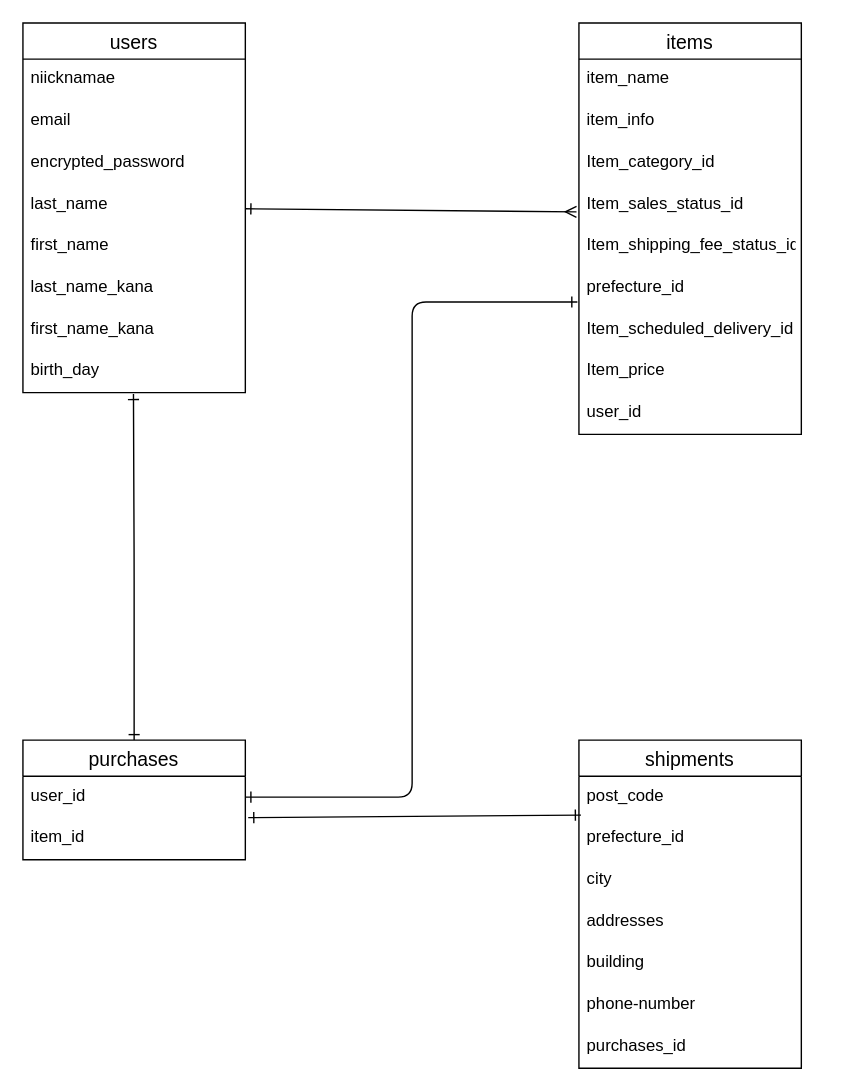
This is poject_er_diagram.dio from maru1019/furima-26234, a draw.io file, before an edit. Source tidied: cells renumbered, new cells numbered last; positions are measured from the earlier drawing's top-left corner, leaving out a move shared by most shapes. Both pictures are drawn from the tidied source at 139%, with x=0, y=0 at pixel (22, 22).
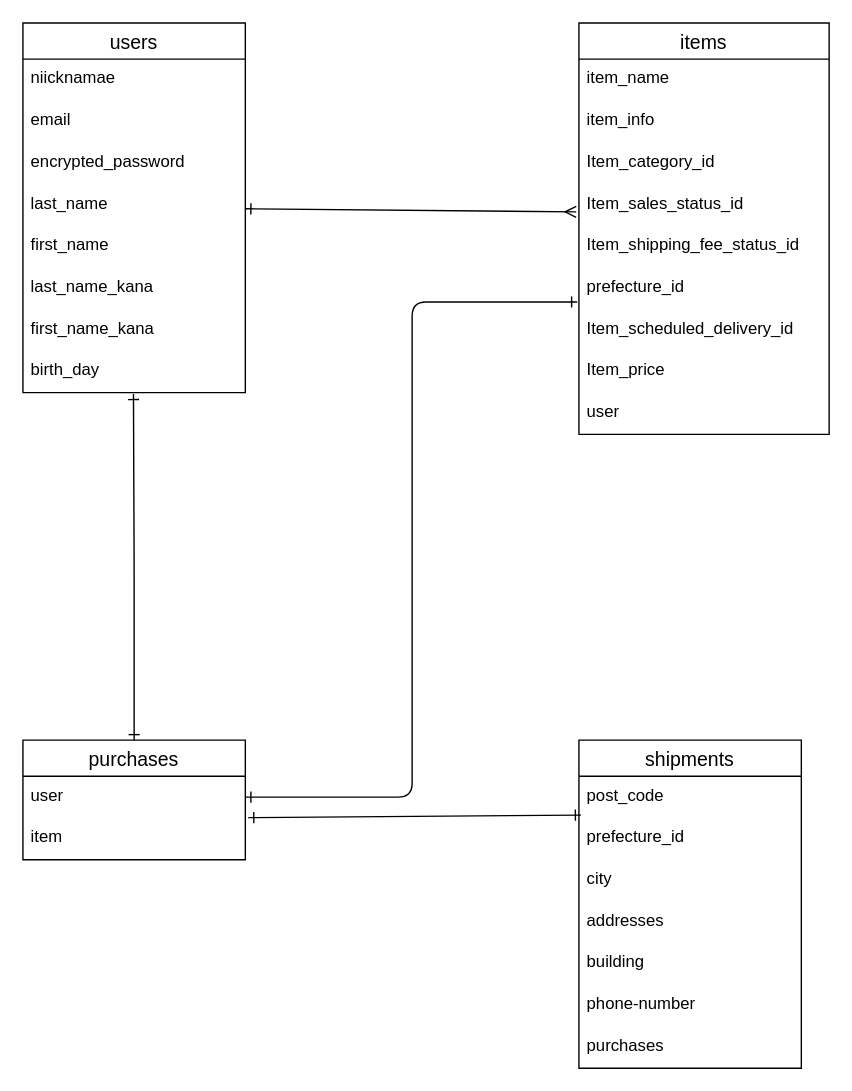
The same diagram, later.

Commit message:
ER図、README設計編集⑤

The change refers to these unchanged cells:
```xml
<mxCell id="12" value="shipments" style="swimlane;fontStyle=0;horizontal=1;startSize=26;align=center;fontSize=14;rounded=0;" parent="1" vertex="1">
  <mxGeometry x="400" y="516" width="160" height="236" as="geometry" />
</mxCell>
<mxCell id="31" value="purchases" style="swimlane;fontStyle=0;horizontal=1;startSize=26;align=center;fontSize=14;rounded=0;" parent="1" vertex="1">
  <mxGeometry y="516" width="160" height="86" as="geometry" />
</mxCell>
```

The edit, as a diff of the source:
```diff
@@
-    <mxCell id="19" value="purchases_id" style="text;strokeColor=none;fillColor=none;spacingLeft=4;spacingRight=4;overflow=hidden;fontSize=12;rounded=0;" parent="12" vertex="1">
+    <mxCell id="19" value="purchases" style="text;strokeColor=none;fillColor=none;spacingLeft=4;spacingRight=4;overflow=hidden;fontSize=12;rounded=0;" parent="12" vertex="1">
       <mxGeometry y="206" width="160" height="30" as="geometry" />
     </mxCell>
     <mxCell id="20" value="items" style="swimlane;fontStyle=0;horizontal=1;startSize=26;align=center;fontSize=14;rounded=0;" parent="1" vertex="1">
-      <mxGeometry x="400" width="160" height="296" as="geometry" />
+      <mxGeometry x="400" width="180" height="296" as="geometry" />
     </mxCell>
     <mxCell id="21" value="item_name" style="text;strokeColor=none;fillColor=none;spacingLeft=4;spacingRight=4;overflow=hidden;fontSize=12;rounded=0;" parent="20" vertex="1">
-      <mxGeometry y="26" width="160" height="30" as="geometry" />
+      <mxGeometry y="26" width="180" height="30" as="geometry" />
     </mxCell>
     <mxCell id="22" value="item_info" style="text;strokeColor=none;fillColor=none;spacingLeft=4;spacingRight=4;overflow=hidden;fontSize=12;rounded=0;" parent="20" vertex="1">
-      <mxGeometry y="56" width="160" height="30" as="geometry" />
+      <mxGeometry y="56" width="180" height="30" as="geometry" />
     </mxCell>
     <mxCell id="23" value="Item_category_id" style="text;strokeColor=none;fillColor=none;spacingLeft=4;spacingRight=4;overflow=hidden;fontSize=12;rounded=0;" parent="20" vertex="1">
-      <mxGeometry y="86" width="160" height="30" as="geometry" />
+      <mxGeometry y="86" width="180" height="30" as="geometry" />
     </mxCell>
     <mxCell id="24" value="Item_sales_status_id" style="text;strokeColor=none;fillColor=none;spacingLeft=4;spacingRight=4;overflow=hidden;points=[[0,0.5],[1,0.5]];portConstraint=eastwest;fontSize=12;rounded=0;" parent="20" vertex="1">
-      <mxGeometry y="116" width="160" height="30" as="geometry" />
+      <mxGeometry y="116" width="180" height="30" as="geometry" />
     </mxCell>
     <mxCell id="25" value="Item_shipping_fee_status_id" style="text;strokeColor=none;fillColor=none;spacingLeft=4;spacingRight=4;overflow=hidden;fontSize=12;rounded=0;" parent="20" vertex="1">
-      <mxGeometry y="146" width="160" height="30" as="geometry" />
+      <mxGeometry y="146" width="180" height="30" as="geometry" />
     </mxCell>
     <mxCell id="26" value="prefecture_id" style="text;strokeColor=none;fillColor=none;spacingLeft=4;spacingRight=4;overflow=hidden;points=[[0,0.5],[1,0.5]];portConstraint=eastwest;fontSize=12;rounded=0;" parent="20" vertex="1">
-      <mxGeometry y="176" width="160" height="30" as="geometry" />
+      <mxGeometry y="176" width="180" height="30" as="geometry" />
     </mxCell>
     <mxCell id="27" value="Item_scheduled_delivery_id" style="text;strokeColor=none;fillColor=none;spacingLeft=4;spacingRight=4;overflow=hidden;fontSize=12;rounded=0;" parent="20" vertex="1">
-      <mxGeometry y="206" width="160" height="30" as="geometry" />
+      <mxGeometry y="206" width="180" height="30" as="geometry" />
     </mxCell>
     <mxCell id="28" value="Item_price" style="text;strokeColor=none;fillColor=none;spacingLeft=4;spacingRight=4;overflow=hidden;fontSize=12;rounded=0;" parent="20" vertex="1">
-      <mxGeometry y="236" width="160" height="30" as="geometry" />
+      <mxGeometry y="236" width="180" height="30" as="geometry" />
     </mxCell>
-    <mxCell id="29" value="user_id" style="text;strokeColor=none;fillColor=none;spacingLeft=4;spacingRight=4;overflow=hidden;fontSize=12;" parent="20" vertex="1">
-      <mxGeometry y="266" width="160" height="30" as="geometry" />
+    <mxCell id="29" value="user" style="text;strokeColor=none;fillColor=none;spacingLeft=4;spacingRight=4;overflow=hidden;fontSize=12;" parent="20" vertex="1">
+      <mxGeometry y="266" width="180" height="30" as="geometry" />
     </mxCell>
@@
-    <mxCell id="32" value="user_id" style="text;strokeColor=none;fillColor=none;spacingLeft=4;spacingRight=4;overflow=hidden;points=[[0,0.5],[1,0.5]];portConstraint=eastwest;fontSize=12;rounded=0;" parent="31" vertex="1">
+    <mxCell id="32" value="user" style="text;strokeColor=none;fillColor=none;spacingLeft=4;spacingRight=4;overflow=hidden;points=[[0,0.5],[1,0.5]];portConstraint=eastwest;fontSize=12;rounded=0;" parent="31" vertex="1">
       <mxGeometry y="26" width="160" height="30" as="geometry" />
     </mxCell>
-    <mxCell id="33" value="item_id" style="text;strokeColor=none;fillColor=none;spacingLeft=4;spacingRight=4;overflow=hidden;points=[[0,0.5],[1,0.5]];portConstraint=eastwest;fontSize=12;rounded=0;" parent="31" vertex="1">
+    <mxCell id="33" value="item" style="text;strokeColor=none;fillColor=none;spacingLeft=4;spacingRight=4;overflow=hidden;points=[[0,0.5],[1,0.5]];portConstraint=eastwest;fontSize=12;rounded=0;" parent="31" vertex="1">
       <mxGeometry y="56" width="160" height="30" as="geometry" />
     </mxCell>
```
